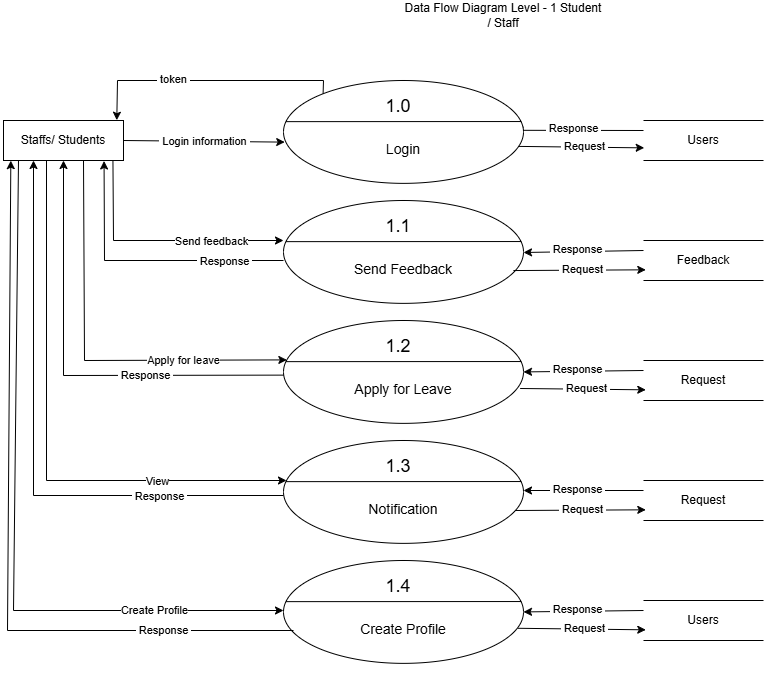
This is Charts/DFD1User.png from maharjan-rijan/BCA-First-Project, a draw.io export, as it was before one commit. Source tidied: cells renumbered, new cells last; positions are measured from the earlier drawing's top-left corner, leaving out a move shared by most shapes.
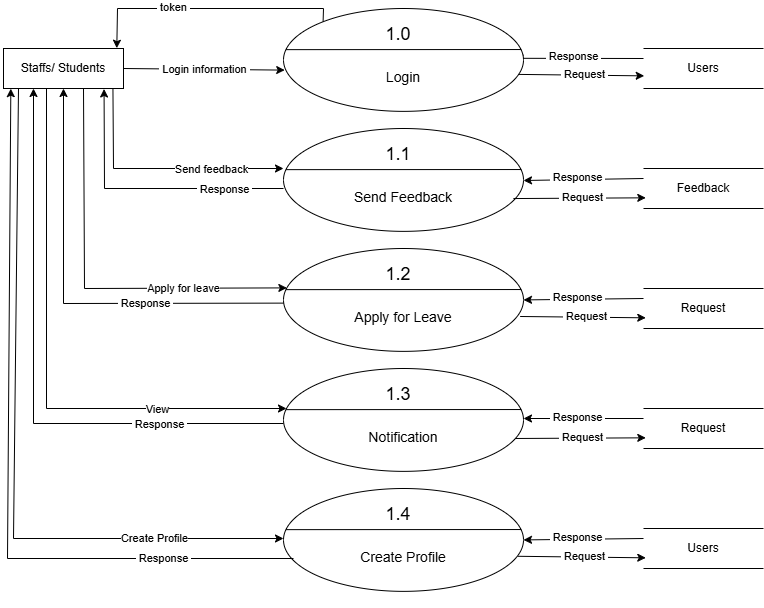
After the change.

The edit, as a diff of the source:
```diff
@@ -5,9 +5,6 @@
     <mxCell id="2" value="Staffs/ Students" style="rounded=0;whiteSpace=wrap;html=1;" parent="1" vertex="1">
       <mxGeometry y="120" width="120" height="40" as="geometry" />
     </mxCell>
-    <mxCell id="3" value="Data Flow Diagram Level - 1 Student / Staff" style="text;html=1;align=center;verticalAlign=middle;whiteSpace=wrap;rounded=0;" parent="1" vertex="1">
-      <mxGeometry x="400" width="200" height="30" as="geometry" />
-    </mxCell>
     <mxCell id="4" value="Users" style="shape=partialRectangle;whiteSpace=wrap;html=1;left=0;right=0;fillColor=none;" parent="1" vertex="1">
       <mxGeometry x="640" y="120" width="120" height="40" as="geometry" />
     </mxCell>
```
